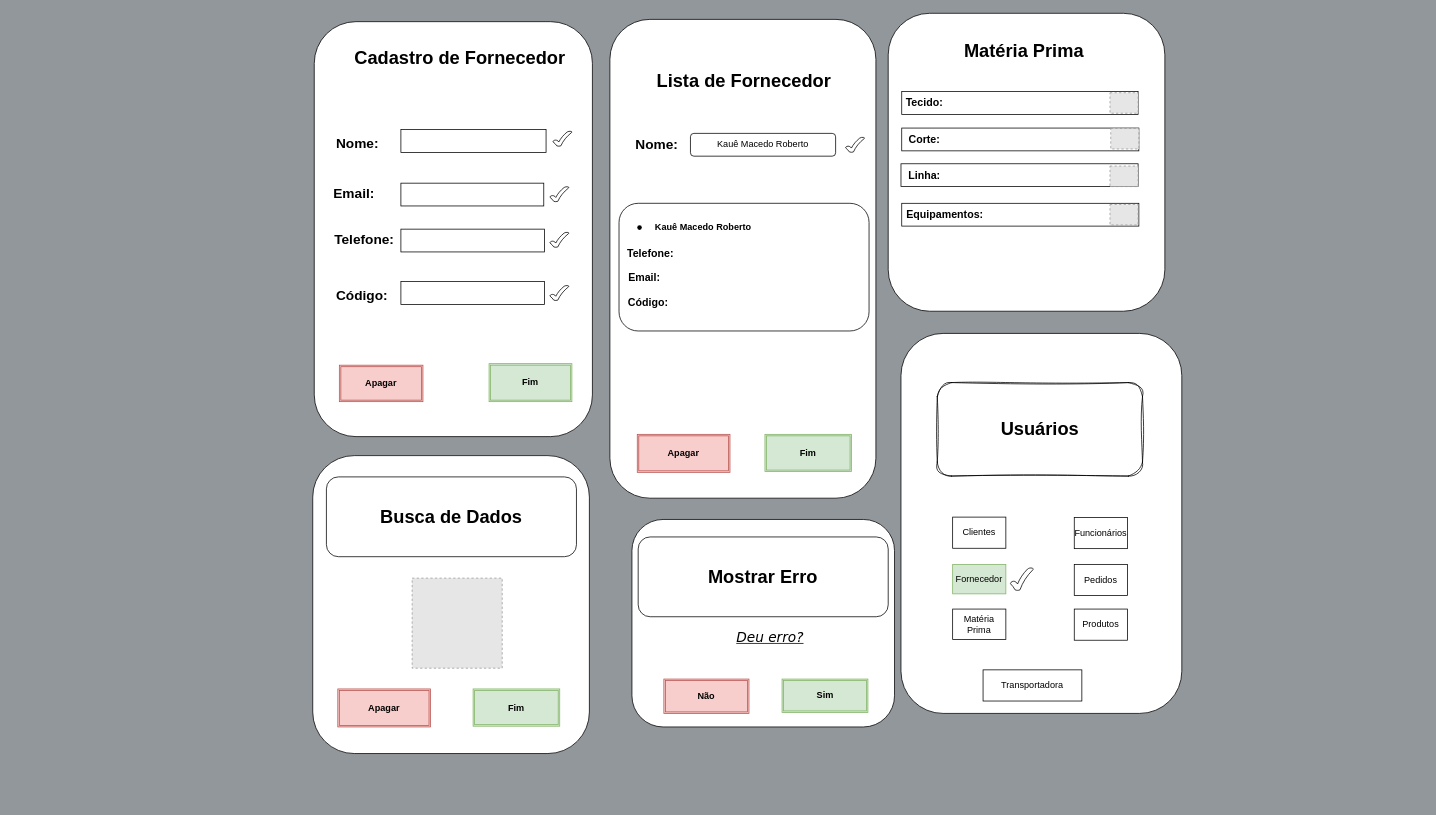
Above: page "Página-9" (9 of 14) of DOC/FLUXOGRAMA.DRAWIO in jeangustavoo/diagrama (draw.io), before the change. Source tidied: cells renumbered, new cells numbered last; positions are measured from the earlier drawing's top-left corner, leaving out a move shared by most shapes. Both pictures are drawn from the tidied source at 76%, with x=0, y=0 at pixel (312, 13). Pictures stored in the file or linked from it are replaced by grey dashed boxes.
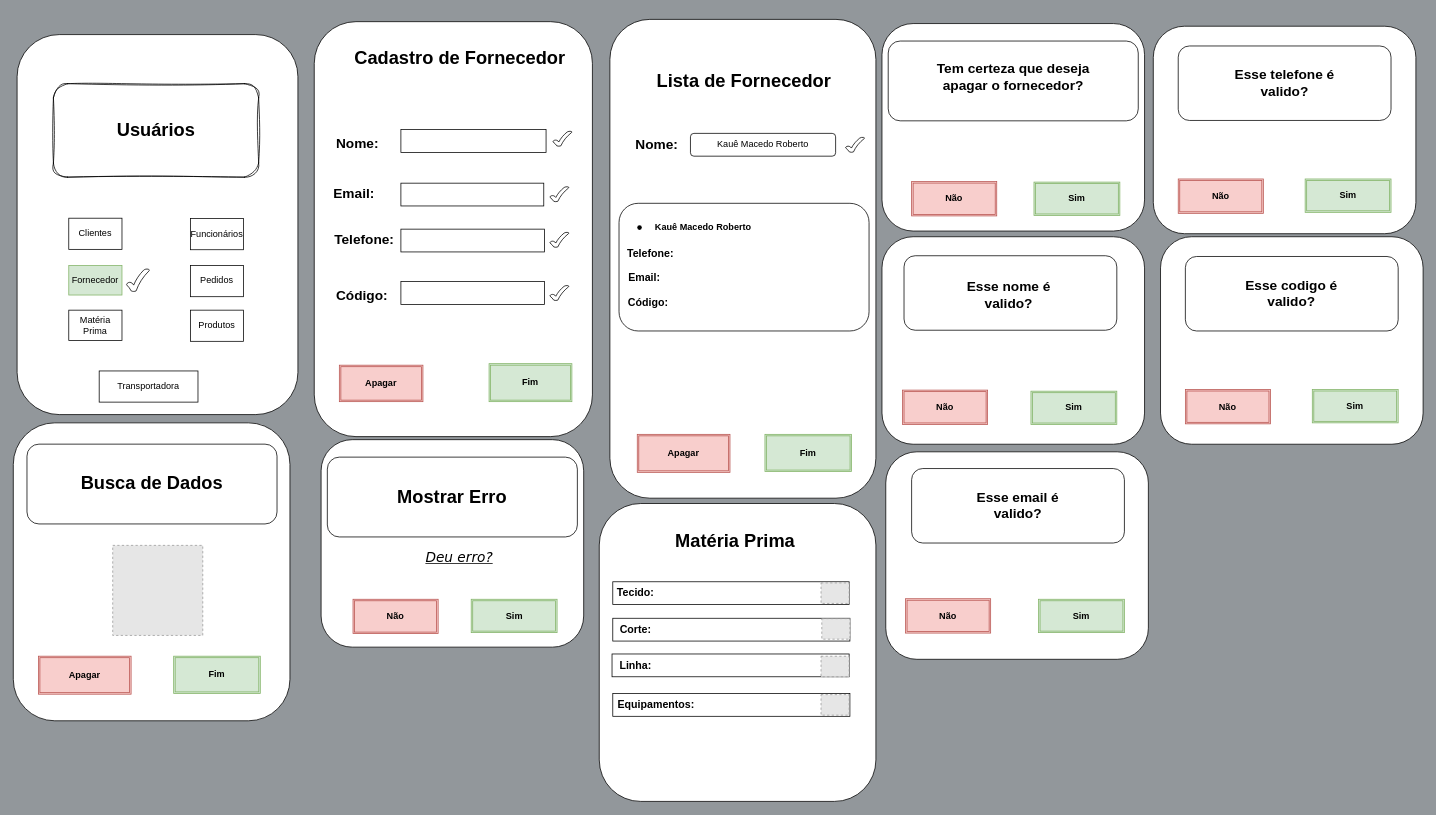
The same diagram, later.

The edit, as a diff of the source:
```diff
@@
     <mxCell id="28" style="rounded=1;whiteSpace=wrap;html=1;" parent="1" vertex="1">
-      <mxGeometry y="582" width="364" height="392" as="geometry" />
+      <mxGeometry x="-394" y="538.9" width="364" height="392" as="geometry" />
     </mxCell>
     <mxCell id="29" value="&lt;font face=&quot;Helvetica&quot;&gt;&lt;b&gt;Apagar&lt;/b&gt;&lt;/font&gt;" style="shape=ext;double=1;rounded=0;whiteSpace=wrap;html=1;hachureGap=4;fontFamily=Architects Daughter;fillColor=#f8cecc;strokeColor=#b85450;" parent="1" vertex="1">
-      <mxGeometry x="33" y="889" width="122" height="50" as="geometry" />
+      <mxGeometry x="-361" y="845.9" width="122" height="50" as="geometry" />
     </mxCell>
     <mxCell id="30" value="&lt;font face=&quot;Helvetica&quot;&gt;&lt;b&gt;Fim&lt;/b&gt;&lt;/font&gt;" style="shape=ext;double=1;rounded=0;whiteSpace=wrap;html=1;hachureGap=4;fontFamily=Architects Daughter;fillColor=#d5e8d4;strokeColor=#82b366;" parent="1" vertex="1">
-      <mxGeometry x="211" y="889" width="114" height="49" as="geometry" />
+      <mxGeometry x="-183" y="845.9" width="114" height="49" as="geometry" />
     </mxCell>
@@
     <mxCell id="33" style="fillColor=#E6E6E6;strokeColor=#999999;dashed=1;verticalLabelPosition=bottom;labelBackgroundColor=default;verticalAlign=top;" parent="1" vertex="1">
-      <mxGeometry x="130.8" y="743.2" width="118.5" height="118.5" as="geometry" />
+      <mxGeometry x="-263.2" y="700.1" width="118.5" height="118.5" as="geometry" />
     </mxCell>
     <mxCell id="34" value="&lt;b style=&quot;font-family: Helvetica; font-size: 24px; text-wrap: nowrap;&quot;&gt;Busca de Dados&lt;/b&gt;" style="rounded=1;whiteSpace=wrap;html=1;hachureGap=4;fontFamily=Architects Daughter;glass=0;shadow=0;fillColor=#FFFFFF;" parent="1" vertex="1">
-      <mxGeometry x="18" y="610" width="329" height="105" as="geometry" />
+      <mxGeometry x="-376" y="566.9" width="329" height="105" as="geometry" />
     </mxCell>
     <mxCell id="35" style="rounded=1;whiteSpace=wrap;html=1;" parent="1" vertex="1">
-      <mxGeometry x="420" y="666" width="345.5" height="273" as="geometry" />
+      <mxGeometry x="11" y="561" width="345.5" height="273" as="geometry" />
     </mxCell>
     <mxCell id="36" value="&lt;font face=&quot;Helvetica&quot;&gt;&lt;span style=&quot;font-size: 24px; text-wrap: nowrap;&quot;&gt;&lt;b&gt;Mostrar Erro&lt;/b&gt;&lt;/span&gt;&lt;/font&gt;" style="rounded=1;whiteSpace=wrap;html=1;hachureGap=4;fontFamily=Architects Daughter;glass=0;shadow=0;fillColor=#FFFFFF;" parent="1" vertex="1">
-      <mxGeometry x="428.2" y="689" width="329" height="105" as="geometry" />
+      <mxGeometry x="19.2" y="584" width="329" height="105" as="geometry" />
     </mxCell>
     <mxCell id="37" value="&lt;font face=&quot;Verdana&quot; style=&quot;font-size: 18px;&quot;&gt;&lt;i style=&quot;font-weight: normal;&quot;&gt;&lt;u&gt;Deu erro?&lt;/u&gt;&lt;/i&gt;&lt;/font&gt;" style="text;html=1;align=center;verticalAlign=middle;whiteSpace=wrap;rounded=0;fontFamily=Helvetica;fontStyle=1;" parent="1" vertex="1">
-      <mxGeometry x="483" y="794" width="238" height="54" as="geometry" />
+      <mxGeometry x="74" y="689" width="238" height="54" as="geometry" />
     </mxCell>
     <mxCell id="38" value="&lt;font face=&quot;Helvetica&quot;&gt;&lt;b&gt;Não&lt;/b&gt;&lt;/font&gt;" style="shape=ext;double=1;rounded=0;whiteSpace=wrap;html=1;hachureGap=4;fontFamily=Architects Daughter;fillColor=#f8cecc;strokeColor=#b85450;" parent="1" vertex="1">
-      <mxGeometry x="462" y="876" width="112" height="45.2" as="geometry" />
+      <mxGeometry x="53" y="771" width="112" height="45.2" as="geometry" />
     </mxCell>
     <mxCell id="39" value="&lt;font face=&quot;Helvetica&quot;&gt;&lt;b&gt;Sim&lt;/b&gt;&lt;/font&gt;" style="shape=ext;double=1;rounded=0;whiteSpace=wrap;html=1;hachureGap=4;fontFamily=Architects Daughter;fillColor=#d5e8d4;strokeColor=#82b366;" parent="1" vertex="1">
-      <mxGeometry x="617.5" y="876" width="113" height="43.9" as="geometry" />
+      <mxGeometry x="208.5" y="771" width="113" height="43.9" as="geometry" />
     </mxCell>
@@
     <mxCell id="43" style="rounded=1;whiteSpace=wrap;html=1;" parent="1" vertex="1">
-      <mxGeometry x="757.2" width="364" height="392" as="geometry" />
+      <mxGeometry x="377" y="645" width="364" height="392" as="geometry" />
     </mxCell>
     <mxCell id="44" value="&lt;font face=&quot;Helvetica&quot;&gt;&lt;span style=&quot;font-size: 24px; text-wrap: nowrap;&quot;&gt;&lt;b&gt;Matéria&lt;/b&gt;&lt;/span&gt;&lt;b style=&quot;font-size: 24px; text-wrap: nowrap;&quot;&gt;&amp;nbsp;Prima&lt;/b&gt;&lt;/font&gt;" style="text;html=1;align=center;verticalAlign=middle;whiteSpace=wrap;rounded=0;fontFamily=Architects Daughter;" parent="1" vertex="1">
-      <mxGeometry x="906" y="35" width="60" height="30" as="geometry" />
+      <mxGeometry x="525.8" y="680" width="60" height="30" as="geometry" />
     </mxCell>
     <mxCell id="45" style="rounded=0;whiteSpace=wrap;html=1;" parent="1" vertex="1">
-      <mxGeometry x="775" y="103" width="311" height="30" as="geometry" />
+      <mxGeometry x="394.8" y="748" width="311" height="30" as="geometry" />
     </mxCell>
     <mxCell id="46" style="rounded=0;whiteSpace=wrap;html=1;" parent="1" vertex="1">
-      <mxGeometry x="775" y="151" width="312" height="30" as="geometry" />
+      <mxGeometry x="394.8" y="796" width="312" height="30" as="geometry" />
     </mxCell>
     <mxCell id="47" style="rounded=0;whiteSpace=wrap;html=1;" parent="1" vertex="1">
-      <mxGeometry x="774" y="198" width="312" height="30" as="geometry" />
+      <mxGeometry x="393.8" y="843" width="312" height="30" as="geometry" />
     </mxCell>
     <mxCell id="48" style="rounded=0;whiteSpace=wrap;html=1;" parent="1" vertex="1">
-      <mxGeometry x="775" y="250" width="312" height="30" as="geometry" />
+      <mxGeometry x="394.8" y="895" width="312" height="30" as="geometry" />
     </mxCell>
     <mxCell id="49" value="&lt;b&gt;&lt;font style=&quot;font-size: 14px;&quot;&gt;Tecido&lt;/font&gt;&lt;/b&gt;&lt;b&gt;&lt;font style=&quot;font-size: 14px;&quot;&gt;:&lt;/font&gt;&lt;/b&gt;" style="text;html=1;align=center;verticalAlign=middle;whiteSpace=wrap;rounded=0;fontFamily=Helvetica;" parent="1" vertex="1">
-      <mxGeometry x="775" y="101.5" width="60" height="30" as="geometry" />
+      <mxGeometry x="394.8" y="746.5" width="60" height="30" as="geometry" />
     </mxCell>
     <mxCell id="50" style="fillColor=#E6E6E6;strokeColor=#999999;dashed=1;html=1;verticalLabelPosition=bottom;verticalAlign=top;fontFamily=Architects Daughter;" parent="1" vertex="1">
-      <mxGeometry x="1049" y="104.5" width="37" height="27" as="geometry" />
+      <mxGeometry x="668.8" y="749.5" width="37" height="27" as="geometry" />
     </mxCell>
     <mxCell id="51" value="&lt;b&gt;&lt;font style=&quot;font-size: 14px;&quot;&gt;Corte:&lt;/font&gt;&lt;/b&gt;" style="text;html=1;align=center;verticalAlign=middle;whiteSpace=wrap;rounded=0;" parent="1" vertex="1">
-      <mxGeometry x="775" y="151" width="60" height="30" as="geometry" />
+      <mxGeometry x="394.8" y="796" width="60" height="30" as="geometry" />
     </mxCell>
     <mxCell id="52" style="fillColor=#E6E6E6;strokeColor=#999999;dashed=1;html=1;verticalLabelPosition=bottom;verticalAlign=top;fontFamily=Architects Daughter;" parent="1" vertex="1">
-      <mxGeometry x="1050" y="151.5" width="37" height="27" as="geometry" />
+      <mxGeometry x="669.8" y="796.5" width="37" height="27" as="geometry" />
     </mxCell>
     <mxCell id="53" value="&lt;b&gt;&lt;font style=&quot;font-size: 14px;&quot;&gt;Linha:&lt;/font&gt;&lt;/b&gt;" style="text;html=1;align=center;verticalAlign=middle;whiteSpace=wrap;rounded=0;" parent="1" vertex="1">
-      <mxGeometry x="775" y="198" width="60" height="30" as="geometry" />
+      <mxGeometry x="394.8" y="843" width="60" height="30" as="geometry" />
     </mxCell>
     <mxCell id="54" style="fillColor=#E6E6E6;strokeColor=#999999;dashed=1;html=1;verticalLabelPosition=bottom;verticalAlign=top;fontFamily=Architects Daughter;" parent="1" vertex="1">
-      <mxGeometry x="1049" y="201" width="37" height="27" as="geometry" />
+      <mxGeometry x="668.8" y="846" width="37" height="27" as="geometry" />
     </mxCell>
     <mxCell id="55" style="text;html=1;align=center;verticalAlign=middle;whiteSpace=wrap;rounded=0;" parent="1" vertex="1">
-      <mxGeometry x="775" y="250" width="60" height="30" as="geometry" />
+      <mxGeometry x="394.8" y="895" width="60" height="30" as="geometry" />
     </mxCell>
     <mxCell id="56" value="&lt;b&gt;&lt;font style=&quot;font-size: 14px;&quot;&gt;Equipamentos:&lt;/font&gt;&lt;/b&gt;" style="text;html=1;align=center;verticalAlign=middle;whiteSpace=wrap;rounded=0;" parent="1" vertex="1">
-      <mxGeometry x="802" y="250" width="60" height="30" as="geometry" />
+      <mxGeometry x="421.8" y="895" width="60" height="30" as="geometry" />
     </mxCell>
     <mxCell id="57" style="fillColor=#E6E6E6;strokeColor=#999999;dashed=1;html=1;verticalLabelPosition=bottom;verticalAlign=top;fontFamily=Architects Daughter;" parent="1" vertex="1">
-      <mxGeometry x="1049" y="251.5" width="37" height="27" as="geometry" />
+      <mxGeometry x="668.8" y="896.5" width="37" height="27" as="geometry" />
     </mxCell>
     <mxCell id="58" style="rounded=1;whiteSpace=wrap;html=1;" parent="1" vertex="1">
-      <mxGeometry x="774" y="421.2" width="369.5" height="500" as="geometry" />
+      <mxGeometry x="-389" y="28" width="369.5" height="500" as="geometry" />
     </mxCell>
     <mxCell id="59" style="text;html=1;align=center;verticalAlign=middle;whiteSpace=wrap;rounded=0;" parent="1" vertex="1">
-      <mxGeometry x="781" y="675.9" width="60" height="30" as="geometry" />
+      <mxGeometry x="-382" y="282.6" width="60" height="30" as="geometry" />
     </mxCell>
     <mxCell id="60" value="&lt;b&gt;&lt;font style=&quot;font-size: 24px;&quot;&gt;Usuários&lt;/font&gt;&lt;/b&gt;" style="rounded=1;whiteSpace=wrap;html=1;sketch=1;curveFitting=1;jiggle=2;" parent="1" vertex="1">
-      <mxGeometry x="821.8" y="485.9" width="270" height="123" as="geometry" />
+      <mxGeometry x="-341.2" y="92.6" width="270" height="123" as="geometry" />
     </mxCell>
     <mxCell id="61" value="Clientes" style="rounded=0;whiteSpace=wrap;html=1;" parent="1" vertex="1">
-      <mxGeometry x="842" y="662.9" width="70" height="41" as="geometry" />
+      <mxGeometry x="-321" y="269.6" width="70" height="41" as="geometry" />
     </mxCell>
     <mxCell id="62" value="Fornecedor" style="rounded=0;whiteSpace=wrap;html=1;fillColor=#d5e8d4;strokeColor=#82b366;" parent="1" vertex="1">
-      <mxGeometry x="842" y="725.1" width="70" height="38.8" as="geometry" />
+      <mxGeometry x="-321" y="331.9" width="70" height="38.8" as="geometry" />
     </mxCell>
     <mxCell id="63" value="Matéria Prima" style="rounded=0;whiteSpace=wrap;html=1;" parent="1" vertex="1">
-      <mxGeometry x="842" y="783.9" width="70" height="40" as="geometry" />
+      <mxGeometry x="-321" y="390.6" width="70" height="40" as="geometry" />
     </mxCell>
     <mxCell id="64" value="Funcionários" style="rounded=0;whiteSpace=wrap;html=1;" parent="1" vertex="1">
-      <mxGeometry x="1002" y="663.4" width="70" height="41" as="geometry" />
+      <mxGeometry x="-161" y="270.1" width="70" height="41" as="geometry" />
     </mxCell>
     <mxCell id="65" value="Pedidos" style="rounded=0;whiteSpace=wrap;html=1;" parent="1" vertex="1">
-      <mxGeometry x="1002" y="725.1" width="70" height="41" as="geometry" />
+      <mxGeometry x="-161" y="331.9" width="70" height="41" as="geometry" />
     </mxCell>
     <mxCell id="66" value="Produtos" style="rounded=0;whiteSpace=wrap;html=1;" parent="1" vertex="1">
-      <mxGeometry x="1002" y="783.9" width="70" height="41" as="geometry" />
+      <mxGeometry x="-161" y="390.6" width="70" height="41" as="geometry" />
     </mxCell>
     <mxCell id="67" value="Transportadora" style="rounded=0;whiteSpace=wrap;html=1;" parent="1" vertex="1">
-      <mxGeometry x="882" y="863.9" width="130" height="41" as="geometry" />
+      <mxGeometry x="-281" y="470.6" width="130" height="41" as="geometry" />
     </mxCell>
     <mxCell id="68" style="verticalLabelPosition=bottom;verticalAlign=top;html=1;shape=mxgraph.basic.tick;" parent="1" vertex="1">
-      <mxGeometry x="918" y="729.5" width="30" height="30" as="geometry" />
+      <mxGeometry x="-245" y="336.2" width="30" height="30" as="geometry" />
     </mxCell>
+    <mxCell id="69" style="rounded=1;whiteSpace=wrap;html=1;" parent="1" vertex="1">
+      <mxGeometry x="749" y="13.5" width="345.5" height="273" as="geometry" />
+    </mxCell>
+    <mxCell id="70" style="rounded=1;whiteSpace=wrap;html=1;hachureGap=4;fontFamily=Architects Daughter;glass=0;shadow=0;fillColor=#FFFFFF;" parent="1" vertex="1">
+      <mxGeometry x="757.2" y="36.5" width="329" height="105" as="geometry" />
+    </mxCell>
+    <mxCell id="71" value="&lt;font style=&quot;font-size: 18px;&quot;&gt;&lt;b style=&quot;&quot;&gt;Tem certeza que deseja apagar o fornecedor?&lt;/b&gt;&lt;/font&gt;" style="text;html=1;align=center;verticalAlign=middle;whiteSpace=wrap;rounded=0;" parent="1" vertex="1">
+      <mxGeometry x="816.8" y="62.5" width="210" height="43" as="geometry" />
+    </mxCell>
+    <mxCell id="72" value="&lt;font face=&quot;Helvetica&quot;&gt;&lt;b&gt;Não&lt;/b&gt;&lt;/font&gt;" style="shape=ext;double=1;rounded=0;whiteSpace=wrap;html=1;hachureGap=4;fontFamily=Architects Daughter;fillColor=#f8cecc;strokeColor=#b85450;" parent="1" vertex="1">
+      <mxGeometry x="788" y="221.4" width="112" height="45.2" as="geometry" />
+    </mxCell>
+    <mxCell id="73" value="&lt;font face=&quot;Helvetica&quot;&gt;&lt;b&gt;Sim&lt;/b&gt;&lt;/font&gt;" style="shape=ext;double=1;rounded=0;whiteSpace=wrap;html=1;hachureGap=4;fontFamily=Architects Daughter;fillColor=#d5e8d4;strokeColor=#82b366;" parent="1" vertex="1">
+      <mxGeometry x="949" y="222.1" width="113" height="43.9" as="geometry" />
+    </mxCell>
+    <mxCell id="74" style="rounded=1;whiteSpace=wrap;html=1;" parent="1" vertex="1">
+      <mxGeometry x="749" y="294" width="345.5" height="273" as="geometry" />
+    </mxCell>
+    <mxCell id="75" style="rounded=1;whiteSpace=wrap;html=1;" parent="1" vertex="1">
+      <mxGeometry x="778" y="319" width="280" height="98" as="geometry" />
+    </mxCell>
+    <mxCell id="76" value="&lt;font style=&quot;font-size: 18px;&quot;&gt;&lt;b&gt;Esse nome é valido?&lt;/b&gt;&lt;/font&gt;" style="text;html=1;align=center;verticalAlign=middle;whiteSpace=wrap;rounded=0;" parent="1" vertex="1">
+      <mxGeometry x="847" y="356" width="138" height="30" as="geometry" />
+    </mxCell>
+    <mxCell id="77" value="&lt;font face=&quot;Helvetica&quot;&gt;&lt;b&gt;Não&lt;/b&gt;&lt;/font&gt;" style="shape=ext;double=1;rounded=0;whiteSpace=wrap;html=1;hachureGap=4;fontFamily=Architects Daughter;fillColor=#f8cecc;strokeColor=#b85450;" parent="1" vertex="1">
+      <mxGeometry x="776" y="495.8" width="112" height="45.2" as="geometry" />
+    </mxCell>
+    <mxCell id="78" value="&lt;font face=&quot;Helvetica&quot;&gt;&lt;b&gt;Sim&lt;/b&gt;&lt;/font&gt;" style="shape=ext;double=1;rounded=0;whiteSpace=wrap;html=1;hachureGap=4;fontFamily=Architects Daughter;fillColor=#d5e8d4;strokeColor=#82b366;" parent="1" vertex="1">
+      <mxGeometry x="945" y="497.2" width="113" height="43.9" as="geometry" />
+    </mxCell>
+    <mxCell id="79" style="rounded=1;whiteSpace=wrap;html=1;" parent="1" vertex="1">
+      <mxGeometry x="754" y="577" width="345.5" height="273" as="geometry" />
+    </mxCell>
+    <mxCell id="80" style="rounded=1;whiteSpace=wrap;html=1;" parent="1" vertex="1">
+      <mxGeometry x="788" y="599" width="280" height="98" as="geometry" />
+    </mxCell>
+    <mxCell id="81" value="&lt;font style=&quot;font-size: 18px;&quot;&gt;&lt;b&gt;Esse email é valido?&lt;/b&gt;&lt;/font&gt;" style="text;html=1;align=center;verticalAlign=middle;whiteSpace=wrap;rounded=0;" parent="1" vertex="1">
+      <mxGeometry x="859" y="633" width="138" height="30" as="geometry" />
+    </mxCell>
+    <mxCell id="82" value="&lt;font face=&quot;Helvetica&quot;&gt;&lt;b&gt;Não&lt;/b&gt;&lt;/font&gt;" style="shape=ext;double=1;rounded=0;whiteSpace=wrap;html=1;hachureGap=4;fontFamily=Architects Daughter;fillColor=#f8cecc;strokeColor=#b85450;" parent="1" vertex="1">
+      <mxGeometry x="780" y="770.3" width="112" height="45.2" as="geometry" />
+    </mxCell>
+    <mxCell id="83" value="&lt;font face=&quot;Helvetica&quot;&gt;&lt;b&gt;Sim&lt;/b&gt;&lt;/font&gt;" style="shape=ext;double=1;rounded=0;whiteSpace=wrap;html=1;hachureGap=4;fontFamily=Architects Daughter;fillColor=#d5e8d4;strokeColor=#82b366;" parent="1" vertex="1">
+      <mxGeometry x="955" y="771" width="113" height="43.9" as="geometry" />
+    </mxCell>
+    <mxCell id="84" style="rounded=1;whiteSpace=wrap;html=1;" parent="1" vertex="1">
+      <mxGeometry x="1106" y="17" width="345.5" height="273" as="geometry" />
+    </mxCell>
+    <mxCell id="85" style="rounded=1;whiteSpace=wrap;html=1;" parent="1" vertex="1">
+      <mxGeometry x="1138.8" y="43" width="280" height="98" as="geometry" />
+    </mxCell>
+    <mxCell id="86" value="&lt;font style=&quot;font-size: 18px;&quot;&gt;&lt;b&gt;Esse telefone é valido?&lt;/b&gt;&lt;/font&gt;" style="text;html=1;align=center;verticalAlign=middle;whiteSpace=wrap;rounded=0;" parent="1" vertex="1">
+      <mxGeometry x="1209.8" y="77" width="138" height="30" as="geometry" />
+    </mxCell>
+    <mxCell id="87" value="&lt;font face=&quot;Helvetica&quot;&gt;&lt;b&gt;Não&lt;/b&gt;&lt;/font&gt;" style="shape=ext;double=1;rounded=0;whiteSpace=wrap;html=1;hachureGap=4;fontFamily=Architects Daughter;fillColor=#f8cecc;strokeColor=#b85450;" parent="1" vertex="1">
+      <mxGeometry x="1138.8" y="218" width="112" height="45.2" as="geometry" />
+    </mxCell>
+    <mxCell id="88" value="&lt;font face=&quot;Helvetica&quot;&gt;&lt;b&gt;Sim&lt;/b&gt;&lt;/font&gt;" style="shape=ext;double=1;rounded=0;whiteSpace=wrap;html=1;hachureGap=4;fontFamily=Architects Daughter;fillColor=#d5e8d4;strokeColor=#82b366;" parent="1" vertex="1">
+      <mxGeometry x="1305.8" y="218" width="113" height="43.9" as="geometry" />
+    </mxCell>
+    <mxCell id="89" style="rounded=1;whiteSpace=wrap;html=1;" parent="1" vertex="1">
+      <mxGeometry x="1115.5" y="294" width="345.5" height="273" as="geometry" />
+    </mxCell>
+    <mxCell id="90" style="rounded=1;whiteSpace=wrap;html=1;" parent="1" vertex="1">
+      <mxGeometry x="1148.2" y="320" width="280" height="98" as="geometry" />
+    </mxCell>
+    <mxCell id="91" value="&lt;font style=&quot;font-size: 18px;&quot;&gt;&lt;b&gt;Esse codigo é valido?&lt;/b&gt;&lt;/font&gt;" style="text;html=1;align=center;verticalAlign=middle;whiteSpace=wrap;rounded=0;" parent="1" vertex="1">
+      <mxGeometry x="1219.2" y="354" width="138" height="30" as="geometry" />
+    </mxCell>
+    <mxCell id="92" value="&lt;font face=&quot;Helvetica&quot;&gt;&lt;b&gt;Não&lt;/b&gt;&lt;/font&gt;" style="shape=ext;double=1;rounded=0;whiteSpace=wrap;html=1;hachureGap=4;fontFamily=Architects Daughter;fillColor=#f8cecc;strokeColor=#b85450;" parent="1" vertex="1">
+      <mxGeometry x="1148.2" y="495" width="112" height="45.2" as="geometry" />
+    </mxCell>
+    <mxCell id="93" value="&lt;font face=&quot;Helvetica&quot;&gt;&lt;b&gt;Sim&lt;/b&gt;&lt;/font&gt;" style="shape=ext;double=1;rounded=0;whiteSpace=wrap;html=1;hachureGap=4;fontFamily=Architects Daughter;fillColor=#d5e8d4;strokeColor=#82b366;" parent="1" vertex="1">
+      <mxGeometry x="1315.2" y="495" width="113" height="43.9" as="geometry" />
+    </mxCell>
```
